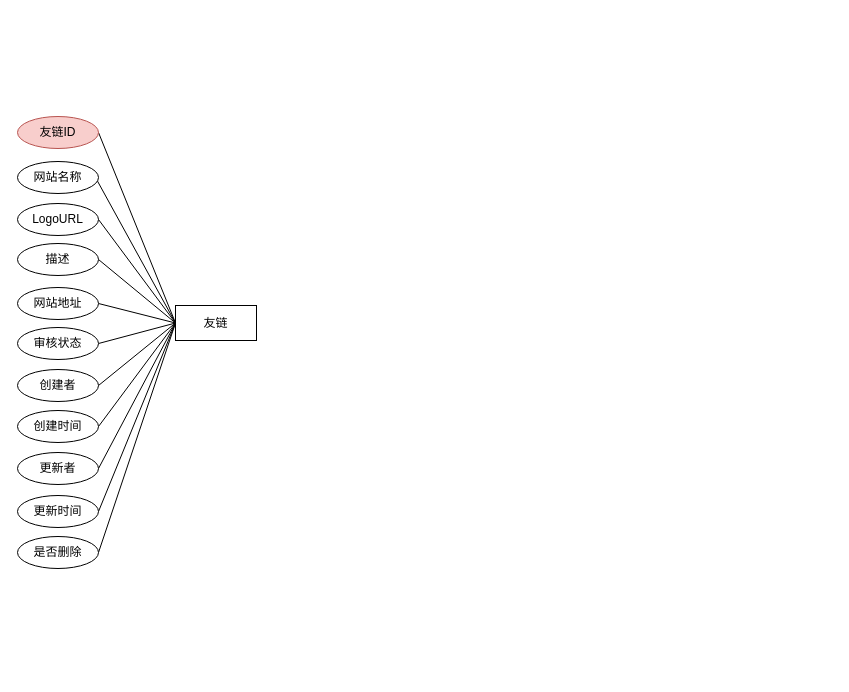
Earlier version of the draw.io diagram graph/友链ER.drawio (zhangbird050801/bird-blog). Source tidied: cells renumbered, new cells numbered last; positions are measured from the earlier drawing's top-left corner, leaving out a move shared by most shapes. Both pictures are drawn from the tidied source at 100%, with x=0, y=0 at pixel (17, 116).
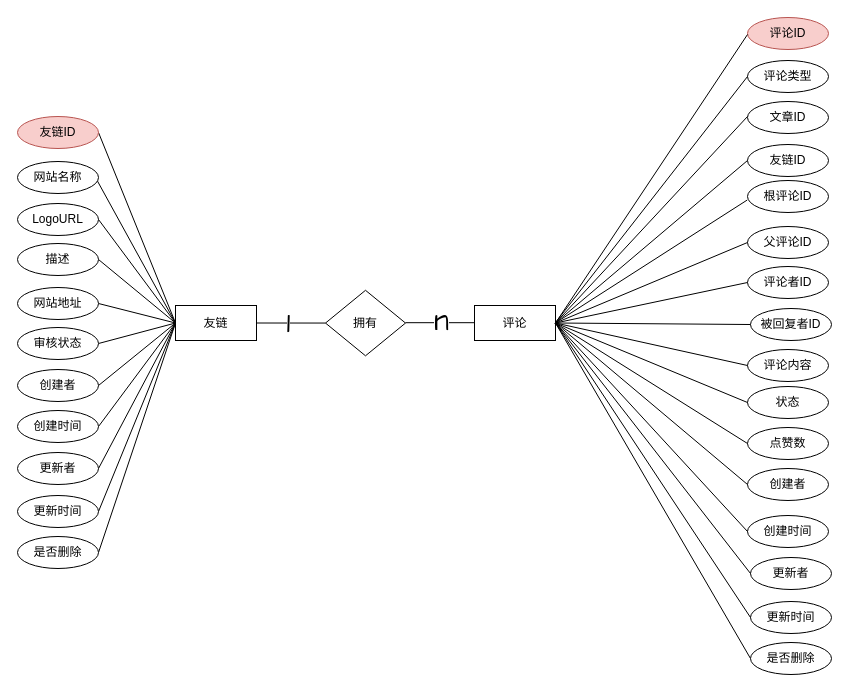
Above is the later version.

Unchanged cells that the change refers to:
```xml
<mxCell id="2" value="友链" style="rounded=0;whiteSpace=wrap;html=1;" parent="1" vertex="1">
  <mxGeometry x="158" y="189" width="81" height="35" as="geometry" />
</mxCell>
```

What changed in the source:
```diff
@@
+    <mxCell id="25" value="评论" style="rounded=0;whiteSpace=wrap;html=1;" parent="1" vertex="1">
+      <mxGeometry x="457" y="189" width="81" height="35" as="geometry" />
+    </mxCell>
+    <mxCell id="26" value="拥有" style="rhombus;whiteSpace=wrap;html=1;" parent="1" vertex="1">
+      <mxGeometry x="308" y="173.8" width="80" height="65.5" as="geometry" />
+    </mxCell>
+    <mxCell id="27" style="endArrow=none;html=1;rounded=0;entryX=0;entryY=0.5;entryDx=0;entryDy=0;exitX=1;exitY=0.5;exitDx=0;exitDy=0;" parent="1" edge="1" source="2" target="26">
+      <mxGeometry relative="1" as="geometry" />
+    </mxCell>
+    <mxCell id="28" value="1" style="edgeLabel;html=1;align=center;verticalAlign=middle;fontSize=30;fontFamily=Comic Sans MS;" parent="27" vertex="1">
+      <mxGeometry x="-0.1" y="1" relative="1" as="geometry" />
+    </mxCell>
+    <mxCell id="29" style="endArrow=none;html=1;rounded=0;entryX=0;entryY=0.5;entryDx=0;entryDy=0;exitX=1;exitY=0.5;exitDx=0;exitDy=0;" parent="1" edge="1">
+      <mxGeometry relative="1" as="geometry">
+        <mxPoint x="388" y="206.2" as="sourcePoint" />
+        <mxPoint x="457" y="206.2" as="targetPoint" />
+      </mxGeometry>
+    </mxCell>
+    <mxCell id="30" value="n" style="edgeLabel;html=1;align=center;verticalAlign=middle;fontSize=30;fontFamily=Comic Sans MS;" parent="29" vertex="1">
+      <mxGeometry x="0.02" y="3" relative="1" as="geometry" />
+    </mxCell>
+    <mxCell id="31" value="评论ID" style="whiteSpace=wrap;html=1;shape=ellipse;perimeter=ellipsePerimeter;fillColor=#f8cecc;strokeColor=#b85450;" parent="1" vertex="1">
+      <mxGeometry x="730" y="-99" width="81" height="32" as="geometry" />
+    </mxCell>
+    <mxCell id="32" value="评论类型" style="whiteSpace=wrap;html=1;rounded=0;shape=ellipse;perimeter=ellipsePerimeter;" parent="1" vertex="1">
+      <mxGeometry x="730" y="-56" width="81" height="32" as="geometry" />
+    </mxCell>
+    <mxCell id="33" value="创建时间" style="whiteSpace=wrap;html=1;shape=ellipse;perimeter=ellipsePerimeter;" parent="1" vertex="1">
+      <mxGeometry x="730" y="399" width="81" height="32" as="geometry" />
+    </mxCell>
+    <mxCell id="34" value="创建者" style="whiteSpace=wrap;html=1;shape=ellipse;perimeter=ellipsePerimeter;" parent="1" vertex="1">
+      <mxGeometry x="730" y="352" width="81" height="32" as="geometry" />
+    </mxCell>
+    <mxCell id="35" value="更新时间" style="whiteSpace=wrap;html=1;shape=ellipse;perimeter=ellipsePerimeter;" parent="1" vertex="1">
+      <mxGeometry x="733" y="485" width="81" height="32" as="geometry" />
+    </mxCell>
+    <mxCell id="36" value="更新者" style="whiteSpace=wrap;html=1;shape=ellipse;perimeter=ellipsePerimeter;" parent="1" vertex="1">
+      <mxGeometry x="733" y="441" width="81" height="32" as="geometry" />
+    </mxCell>
+    <mxCell id="37" value="文章ID" style="whiteSpace=wrap;html=1;shape=ellipse;perimeter=ellipsePerimeter;" parent="1" vertex="1">
+      <mxGeometry x="730" y="-15" width="81" height="32" as="geometry" />
+    </mxCell>
+    <mxCell id="38" style="rounded=0;jettySize=auto;html=1;strokeColor=default;endArrow=none;endFill=0;entryX=1;entryY=0.5;entryDx=0;entryDy=0;exitX=0;exitY=0.5;exitDx=0;exitDy=0;" parent="1" edge="1" source="39" target="25">
+      <mxGeometry relative="1" as="geometry" />
+    </mxCell>
+    <mxCell id="39" value="是否删除" style="whiteSpace=wrap;html=1;shape=ellipse;perimeter=ellipsePerimeter;" parent="1" vertex="1">
+      <mxGeometry x="733" y="526" width="81" height="32" as="geometry" />
+    </mxCell>
+    <mxCell id="40" value="父评论ID" style="whiteSpace=wrap;html=1;rounded=0;shape=ellipse;perimeter=ellipsePerimeter;" parent="1" vertex="1">
+      <mxGeometry x="730" y="110" width="81" height="32" as="geometry" />
+    </mxCell>
+    <mxCell id="41" value="友链ID" style="whiteSpace=wrap;html=1;rounded=0;shape=ellipse;perimeter=ellipsePerimeter;" parent="1" vertex="1">
+      <mxGeometry x="730" y="28" width="81" height="32" as="geometry" />
+    </mxCell>
+    <mxCell id="42" value="根评论ID" style="whiteSpace=wrap;html=1;rounded=0;shape=ellipse;perimeter=ellipsePerimeter;" parent="1" vertex="1">
+      <mxGeometry x="730" y="64" width="81" height="32" as="geometry" />
+    </mxCell>
+    <mxCell id="43" value="评论者ID" style="whiteSpace=wrap;html=1;rounded=0;shape=ellipse;perimeter=ellipsePerimeter;" parent="1" vertex="1">
+      <mxGeometry x="730" y="150" width="81" height="32" as="geometry" />
+    </mxCell>
+    <mxCell id="44" value="被回复者ID" style="whiteSpace=wrap;html=1;rounded=0;shape=ellipse;perimeter=ellipsePerimeter;" parent="1" vertex="1">
+      <mxGeometry x="733" y="192" width="81" height="32" as="geometry" />
+    </mxCell>
+    <mxCell id="45" value="评论内容" style="whiteSpace=wrap;html=1;rounded=0;shape=ellipse;perimeter=ellipsePerimeter;" parent="1" vertex="1">
+      <mxGeometry x="730" y="233" width="81" height="32" as="geometry" />
+    </mxCell>
+    <mxCell id="46" value="状态" style="whiteSpace=wrap;html=1;rounded=0;shape=ellipse;perimeter=ellipsePerimeter;" parent="1" vertex="1">
+      <mxGeometry x="730" y="270" width="81" height="32" as="geometry" />
+    </mxCell>
+    <mxCell id="47" value="点赞数" style="whiteSpace=wrap;html=1;rounded=0;shape=ellipse;perimeter=ellipsePerimeter;" parent="1" vertex="1">
+      <mxGeometry x="730" y="311" width="81" height="32" as="geometry" />
+    </mxCell>
+    <mxCell id="48" style="rounded=0;jettySize=auto;html=1;strokeColor=default;endArrow=none;endFill=0;entryX=1;entryY=0.5;entryDx=0;entryDy=0;exitX=0;exitY=0.5;exitDx=0;exitDy=0;" parent="1" edge="1" source="35" target="25">
+      <mxGeometry relative="1" as="geometry" />
+    </mxCell>
+    <mxCell id="49" style="rounded=0;jettySize=auto;html=1;strokeColor=default;endArrow=none;endFill=0;entryX=1;entryY=0.5;entryDx=0;entryDy=0;exitX=0;exitY=0.5;exitDx=0;exitDy=0;" parent="1" edge="1" source="36" target="25">
+      <mxGeometry relative="1" as="geometry" />
+    </mxCell>
+    <mxCell id="50" style="rounded=0;jettySize=auto;html=1;strokeColor=default;endArrow=none;endFill=0;entryX=1;entryY=0.5;entryDx=0;entryDy=0;exitX=0;exitY=0.5;exitDx=0;exitDy=0;" parent="1" edge="1" source="33" target="25">
+      <mxGeometry relative="1" as="geometry" />
+    </mxCell>
+    <mxCell id="51" style="rounded=0;jettySize=auto;html=1;strokeColor=default;endArrow=none;endFill=0;entryX=1;entryY=0.5;entryDx=0;entryDy=0;exitX=0;exitY=0.5;exitDx=0;exitDy=0;" parent="1" edge="1" source="34" target="25">
+      <mxGeometry relative="1" as="geometry" />
+    </mxCell>
+    <mxCell id="52" style="rounded=0;jettySize=auto;html=1;strokeColor=default;endArrow=none;endFill=0;entryX=1;entryY=0.5;entryDx=0;entryDy=0;exitX=0;exitY=0.5;exitDx=0;exitDy=0;" parent="1" edge="1" source="47" target="25">
+      <mxGeometry relative="1" as="geometry" />
+    </mxCell>
+    <mxCell id="53" style="rounded=0;jettySize=auto;html=1;strokeColor=default;endArrow=none;endFill=0;entryX=1;entryY=0.5;entryDx=0;entryDy=0;exitX=0;exitY=0.5;exitDx=0;exitDy=0;" parent="1" edge="1" source="46" target="25">
+      <mxGeometry relative="1" as="geometry" />
+    </mxCell>
+    <mxCell id="54" style="rounded=0;jettySize=auto;html=1;strokeColor=default;endArrow=none;endFill=0;entryX=1;entryY=0.5;entryDx=0;entryDy=0;exitX=0;exitY=0.5;exitDx=0;exitDy=0;" parent="1" edge="1" target="25">
+      <mxGeometry relative="1" as="geometry">
+        <mxPoint x="730" y="249" as="sourcePoint" />
+      </mxGeometry>
+    </mxCell>
+    <mxCell id="55" style="rounded=0;jettySize=auto;html=1;strokeColor=default;endArrow=none;endFill=0;entryX=1;entryY=0.5;entryDx=0;entryDy=0;exitX=0;exitY=0.5;exitDx=0;exitDy=0;" parent="1" edge="1" source="44" target="25">
+      <mxGeometry relative="1" as="geometry" />
+    </mxCell>
+    <mxCell id="56" style="rounded=0;jettySize=auto;html=1;strokeColor=default;endArrow=none;endFill=0;entryX=1;entryY=0.5;entryDx=0;entryDy=0;exitX=0;exitY=0.5;exitDx=0;exitDy=0;" parent="1" edge="1" source="43" target="25">
+      <mxGeometry relative="1" as="geometry" />
+    </mxCell>
+    <mxCell id="57" style="rounded=0;jettySize=auto;html=1;strokeColor=default;endArrow=none;endFill=0;entryX=1;entryY=0.5;entryDx=0;entryDy=0;exitX=0;exitY=0.5;exitDx=0;exitDy=0;" parent="1" edge="1" source="40" target="25">
+      <mxGeometry relative="1" as="geometry" />
+    </mxCell>
+    <mxCell id="58" style="rounded=0;jettySize=auto;html=1;strokeColor=default;endArrow=none;endFill=0;exitX=-0.004;exitY=0.611;exitDx=0;exitDy=0;exitPerimeter=0;" parent="1" edge="1" source="42">
+      <mxGeometry relative="1" as="geometry">
+        <mxPoint x="537" y="207" as="targetPoint" />
+      </mxGeometry>
+    </mxCell>
+    <mxCell id="59" style="rounded=0;jettySize=auto;html=1;strokeColor=default;endArrow=none;endFill=0;entryX=1;entryY=0.5;entryDx=0;entryDy=0;exitX=0;exitY=0.5;exitDx=0;exitDy=0;" parent="1" edge="1" source="41" target="25">
+      <mxGeometry relative="1" as="geometry" />
+    </mxCell>
+    <mxCell id="60" style="rounded=0;jettySize=auto;html=1;strokeColor=default;endArrow=none;endFill=0;entryX=1;entryY=0.5;entryDx=0;entryDy=0;" parent="1" edge="1" target="25">
+      <mxGeometry relative="1" as="geometry">
+        <mxPoint x="730" as="sourcePoint" />
+      </mxGeometry>
+    </mxCell>
+    <mxCell id="61" style="rounded=0;orthogonalLoop=1;jettySize=auto;html=1;strokeColor=default;endArrow=none;endFill=0;" parent="1" edge="1">
+      <mxGeometry relative="1" as="geometry">
+        <mxPoint x="730" y="-40" as="sourcePoint" />
+        <mxPoint x="538" y="206" as="targetPoint" />
+      </mxGeometry>
+    </mxCell>
+    <mxCell id="62" style="rounded=0;jettySize=auto;html=1;strokeColor=default;endArrow=none;endFill=0;entryX=1;entryY=0.5;entryDx=0;entryDy=0;" parent="1" edge="1" target="25">
+      <mxGeometry relative="1" as="geometry">
+        <mxPoint x="730" y="-82" as="sourcePoint" />
+      </mxGeometry>
+    </mxCell>
```
